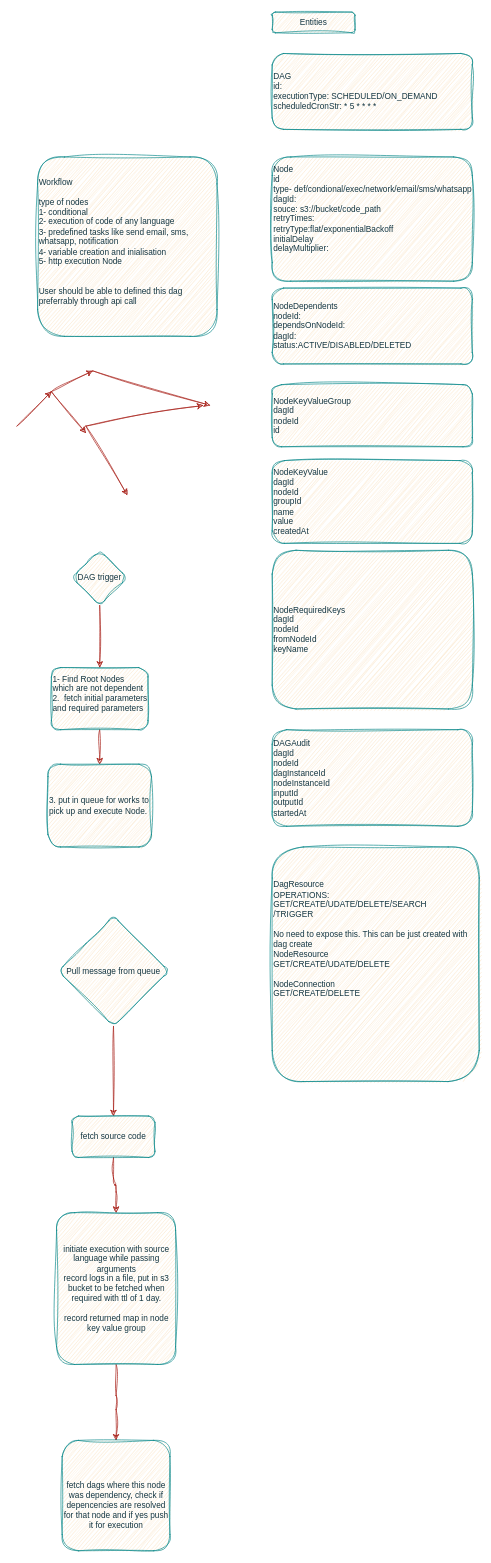
himanshu0511/workflow-engine keeps this draw.io diagram as workflow_engine_design.drawio. Above is the earlier version. Source tidied: cells renumbered, new cells numbered last; positions are measured from the earlier drawing's top-left corner, leaving out a move shared by most shapes. Both pictures are drawn from the tidied source at 69%, with x=0, y=0 at pixel (17, 12).
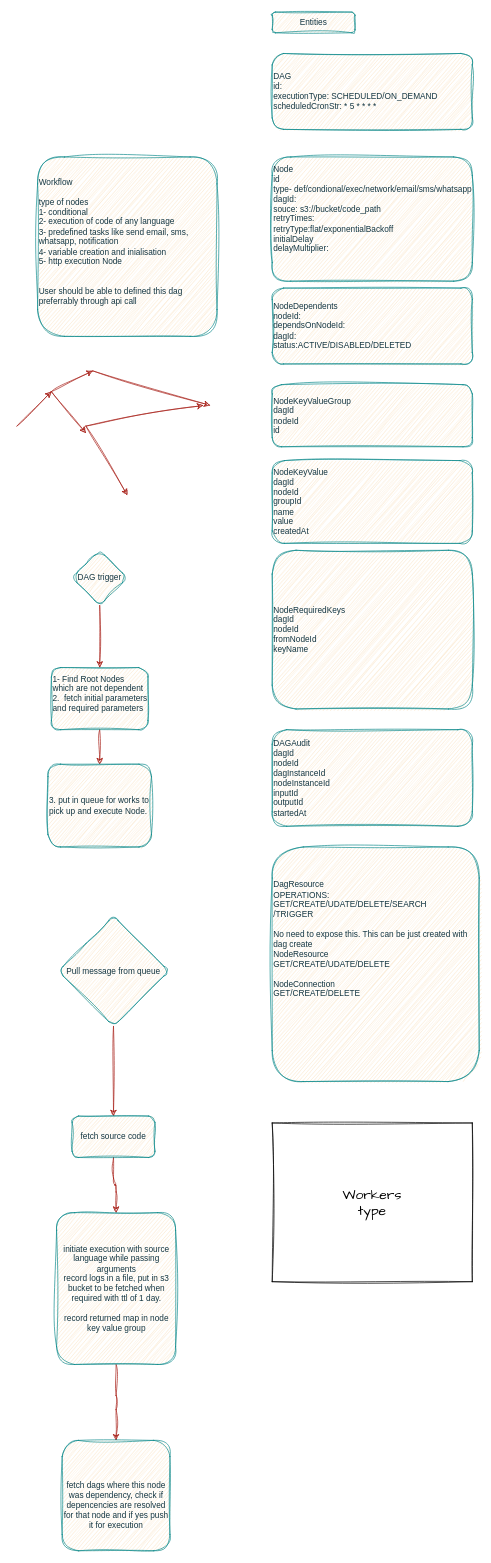
The same diagram, later.

Change to the diagram source:
```diff
@@
+    <mxCell id="30" value="Workers&lt;br&gt;type&lt;br&gt;" style="rounded=0;whiteSpace=wrap;html=1;sketch=1;hachureGap=4;jiggle=2;curveFitting=1;fontFamily=Architects Daughter;fontSize=20;" parent="1" vertex="1">
+      <mxGeometry x="370" y="1610" width="290" height="230" as="geometry" />
+    </mxCell>
```
